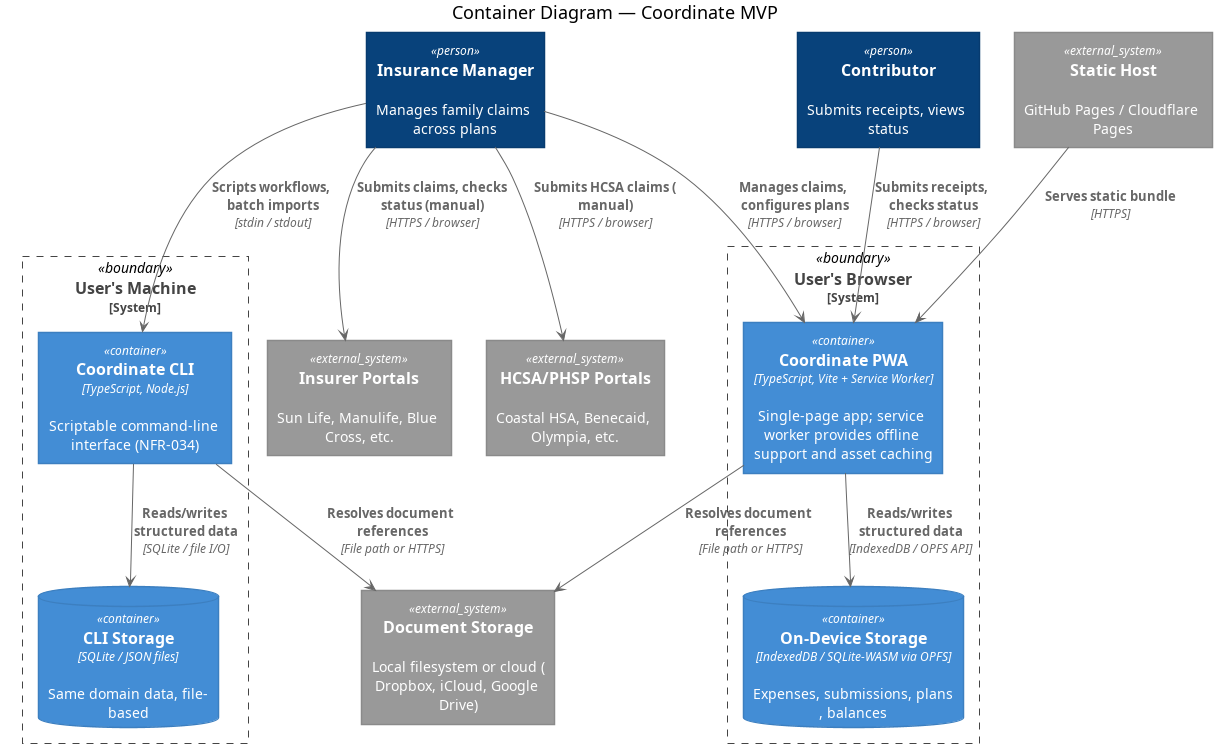
hallb/coordinate keeps this PlantUML diagram as docs/02-solution/diagrams/containers.png. Above is the earlier version. The source it was exported from:
```plantuml
@startuml diagrams/containers





skinparam defaultTextAlignment center

skinparam wrapWidth 200
skinparam maxMessageSize 150

skinparam rectangle {
    StereotypeFontSize 12
    shadowing false
}

skinparam database {
    StereotypeFontSize 12
    shadowing false
}

skinparam Arrow {
    Color #666666
    FontColor #666666
    FontSize 12
}

skinparam rectangle<<boundary>> {
    Shadowing false
    StereotypeFontSize 0
    FontColor #444444
    BorderColor #444444
    BorderStyle dashed
}






















skinparam rectangle<<person>> {
    StereotypeFontColor #FFFFFF
    FontColor #FFFFFF
    BackgroundColor #08427B
    BorderColor #073B6F
}

skinparam rectangle<<external_person>> {
    StereotypeFontColor #FFFFFF
    FontColor #FFFFFF
    BackgroundColor #686868
    BorderColor #8A8A8A
}

skinparam rectangle<<system>> {
    StereotypeFontColor #FFFFFF
    FontColor #FFFFFF
    BackgroundColor #1168BD
    BorderColor #3C7FC0
}

skinparam rectangle<<external_system>> {
    StereotypeFontColor #FFFFFF
    FontColor #FFFFFF
    BackgroundColor #999999
    BorderColor #8A8A8A
}

skinparam database<<system>> {
    StereotypeFontColor #FFFFFF
    FontColor #FFFFFF
    BackgroundColor #1168BD
    BorderColor #3C7FC0
}

skinparam database<<external_system>> {
    StereotypeFontColor #FFFFFF
    FontColor #FFFFFF
    BackgroundColor #999999
    BorderColor #8A8A8A
}
















skinparam rectangle<<container>> {
    StereotypeFontColor #FFFFFF
    FontColor #FFFFFF
    BackgroundColor #438DD5
    BorderColor #3C7FC0
}

skinparam database<<container>> {
    StereotypeFontColor #FFFFFF
    FontColor #FFFFFF
    BackgroundColor #438DD5
    BorderColor #3C7FC0
}








title Container Diagram — Coordinate MVP

rectangle "==Insurance Manager\n\n Manages family claims across plans" <<person>> as user
rectangle "==Contributor\n\n Submits receipts, views status" <<person>> as contributor

rectangle "==User's Browser\n<size:12>[System]</size>" <<boundary>> as browser {
    rectangle "==Coordinate PWA\n//<size:12>[TypeScript, Vite + Service Worker]</size>//\n\n Single-page app; service worker provides offline support and asset caching" <<container>> as pwa
    database "==On-Device Storage\n//<size:12>[IndexedDB / SQLite-WASM via OPFS]</size>//\n\n Expenses, submissions, plans, balances" <<container>> as storage
}

rectangle "==User's Machine\n<size:12>[System]</size>" <<boundary>> as local {
    rectangle "==Coordinate CLI\n//<size:12>[TypeScript, Node.js]</size>//\n\n Scriptable command-line interface (NFR-034)" <<container>> as cli
    database "==CLI Storage\n//<size:12>[SQLite / JSON files]</size>//\n\n Same domain data, file-based" <<container>> as cliStorage
}

rectangle "==Static Host\n\n GitHub Pages / Cloudflare Pages" <<external_system>> as staticHost
rectangle "==Insurer Portals\n\n Sun Life, Manulife, Blue Cross, etc." <<external_system>> as insurerPortal
rectangle "==HCSA/PHSP Portals\n\n Coastal HSA, Benecaid, Olympia, etc." <<external_system>> as hcsaPortal
rectangle "==Document Storage\n\n Local filesystem or cloud (Dropbox, iCloud, Google Drive)" <<external_system>> as docStorage

staticHost --> pwa : "===Serves static bundle\n//<size:12>[HTTPS]</size>//"
user --> pwa : "===Manages claims, configures plans\n//<size:12>[HTTPS / browser]</size>//"
contributor --> pwa : "===Submits receipts, checks status\n//<size:12>[HTTPS / browser]</size>//"
user --> cli : "===Scripts workflows, batch imports\n//<size:12>[stdin / stdout]</size>//"
pwa --> storage : "===Reads/writes structured data\n//<size:12>[IndexedDB / OPFS API]</size>//"
cli --> cliStorage : "===Reads/writes structured data\n//<size:12>[SQLite / file I/O]</size>//"
pwa --> docStorage : "===Resolves document references\n//<size:12>[File path or HTTPS]</size>//"
cli --> docStorage : "===Resolves document references\n//<size:12>[File path or HTTPS]</size>//"
user --> insurerPortal : "===Submits claims, checks status (manual)\n//<size:12>[HTTPS / browser]</size>//"
user --> hcsaPortal : "===Submits HCSA claims (manual)\n//<size:12>[HTTPS / browser]</size>//"
@enduml
```
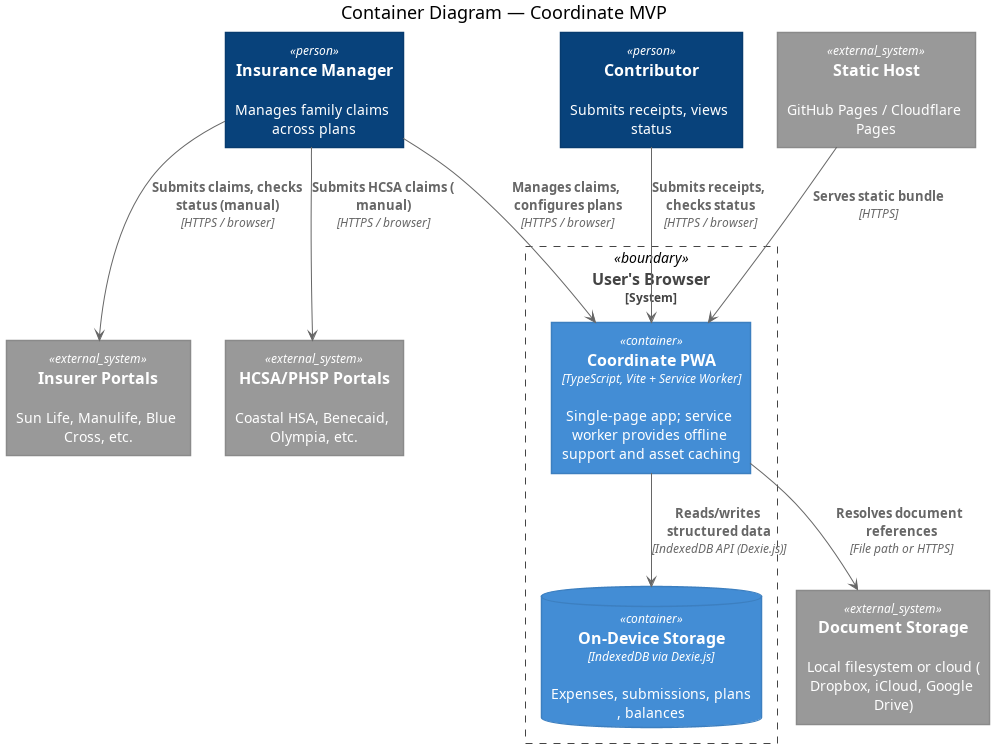
The same diagram one commit later.

What changed in the source:
```diff
@@ -139,12 +139,7 @@
 
 rectangle "==User's Browser\n<size:12>[System]</size>" <<boundary>> as browser {
     rectangle "==Coordinate PWA\n//<size:12>[TypeScript, Vite + Service Worker]</size>//\n\n Single-page app; service worker provides offline support and asset caching" <<container>> as pwa
-    database "==On-Device Storage\n//<size:12>[IndexedDB / SQLite-WASM via OPFS]</size>//\n\n Expenses, submissions, plans, balances" <<container>> as storage
-}
-
-rectangle "==User's Machine\n<size:12>[System]</size>" <<boundary>> as local {
-    rectangle "==Coordinate CLI\n//<size:12>[TypeScript, Node.js]</size>//\n\n Scriptable command-line interface (NFR-034)" <<container>> as cli
-    database "==CLI Storage\n//<size:12>[SQLite / JSON files]</size>//\n\n Same domain data, file-based" <<container>> as cliStorage
+    database "==On-Device Storage\n//<size:12>[IndexedDB via Dexie.js]</size>//\n\n Expenses, submissions, plans, balances" <<container>> as storage
 }
 
 rectangle "==Static Host\n\n GitHub Pages / Cloudflare Pages" <<external_system>> as staticHost
@@ -155,11 +150,8 @@
 staticHost --> pwa : "===Serves static bundle\n//<size:12>[HTTPS]</size>//"
 user --> pwa : "===Manages claims, configures plans\n//<size:12>[HTTPS / browser]</size>//"
 contributor --> pwa : "===Submits receipts, checks status\n//<size:12>[HTTPS / browser]</size>//"
-user --> cli : "===Scripts workflows, batch imports\n//<size:12>[stdin / stdout]</size>//"
-pwa --> storage : "===Reads/writes structured data\n//<size:12>[IndexedDB / OPFS API]</size>//"
-cli --> cliStorage : "===Reads/writes structured data\n//<size:12>[SQLite / file I/O]</size>//"
+pwa --> storage : "===Reads/writes structured data\n//<size:12>[IndexedDB API (Dexie.js)]</size>//"
 pwa --> docStorage : "===Resolves document references\n//<size:12>[File path or HTTPS]</size>//"
-cli --> docStorage : "===Resolves document references\n//<size:12>[File path or HTTPS]</size>//"
 user --> insurerPortal : "===Submits claims, checks status (manual)\n//<size:12>[HTTPS / browser]</size>//"
 user --> hcsaPortal : "===Submits HCSA claims (manual)\n//<size:12>[HTTPS / browser]</size>//"
 @enduml
```
